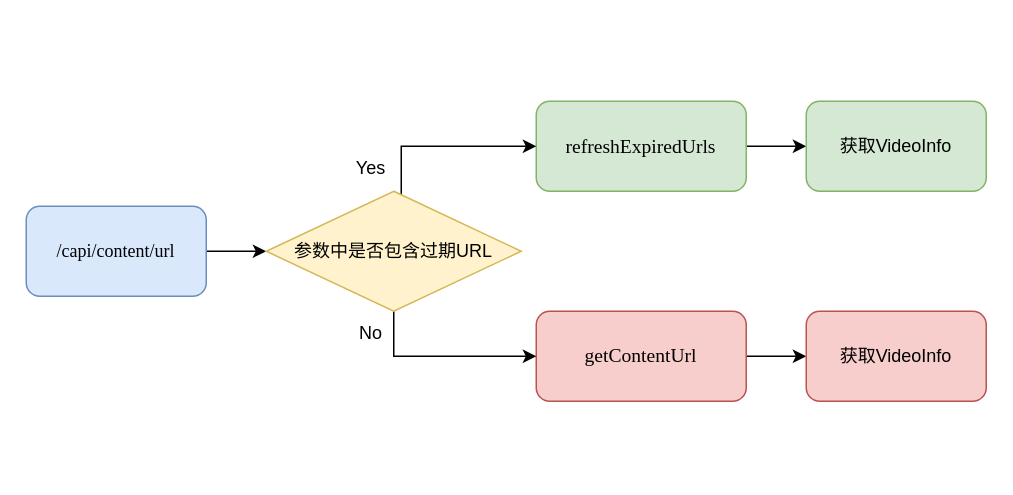
Above: Slowfast.drawio in wuulaa/my-first-game (draw.io), before the change. Source tidied: cells renumbered, new cells numbered last; positions are measured from the earlier drawing's top-left corner, leaving out a move shared by most shapes. Both pictures are drawn from the tidied source at 150%, with x=0, y=0 at pixel (26, 100).
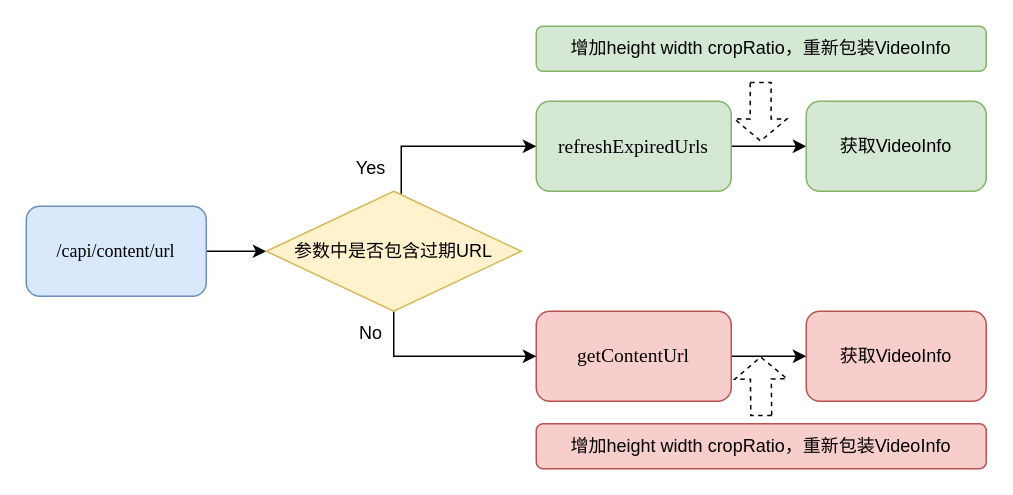
Above is the later version.

Change to the diagram source:
```diff
@@
     <mxCell id="5" value="&lt;div style=&quot;&quot;&gt;&lt;div style=&quot;font-size: 9.8pt;&quot;&gt;refreshExpiredUrls&lt;/div&gt;&lt;/div&gt;" style="rounded=1;whiteSpace=wrap;html=1;fontFamily=Times New Roman;fillColor=#d5e8d4;strokeColor=#82b366;" parent="1" vertex="1">
-      <mxGeometry x="340" width="140" height="60" as="geometry" />
+      <mxGeometry x="340" width="130" height="60" as="geometry" />
     </mxCell>
@@
     <mxCell id="7" value="&lt;div style=&quot;&quot;&gt;&lt;pre style=&quot;font-size: 9.8pt;&quot;&gt;&lt;font style=&quot;&quot; face=&quot;Times New Roman&quot;&gt;getContentUrl&lt;/font&gt;&lt;/pre&gt;&lt;/div&gt;" style="rounded=1;whiteSpace=wrap;html=1;fillColor=#f8cecc;strokeColor=#b85450;" parent="1" vertex="1">
-      <mxGeometry x="340" y="140" width="140" height="60" as="geometry" />
+      <mxGeometry x="340" y="140" width="130" height="60" as="geometry" />
     </mxCell>
@@
+    <mxCell id="15" value="增加height width cropRatio，重新包装VideoInfo" style="rounded=1;whiteSpace=wrap;html=1;fillColor=#d5e8d4;strokeColor=#82b366;" parent="1" vertex="1">
+      <mxGeometry x="340" y="-50" width="300" height="30" as="geometry" />
+    </mxCell>
+    <mxCell id="16" value="增加height width cropRatio，重新包装VideoInfo" style="rounded=1;whiteSpace=wrap;html=1;fillColor=#f8cecc;strokeColor=#b85450;" parent="1" vertex="1">
+      <mxGeometry x="340" y="215" width="300" height="30" as="geometry" />
+    </mxCell>
+    <mxCell id="17" style="shape=flexArrow;endArrow=classic;html=1;rounded=0;width=13.913043478260871;endSize=4.565217391304349;dashed=1;" parent="1" edge="1">
+      <mxGeometry relative="1" as="geometry">
+        <mxPoint x="489.6" y="-13" as="sourcePoint" />
+        <mxPoint x="489.6" y="27" as="targetPoint" />
+      </mxGeometry>
+    </mxCell>
+    <mxCell id="18" style="shape=flexArrow;endArrow=classic;html=1;rounded=0;width=13.913043478260871;endSize=4.565217391304349;dashed=1;" parent="1" edge="1">
+      <mxGeometry relative="1" as="geometry">
+        <mxPoint x="490" y="210" as="sourcePoint" />
+        <mxPoint x="489.6" y="170" as="targetPoint" />
+      </mxGeometry>
+    </mxCell>
```
